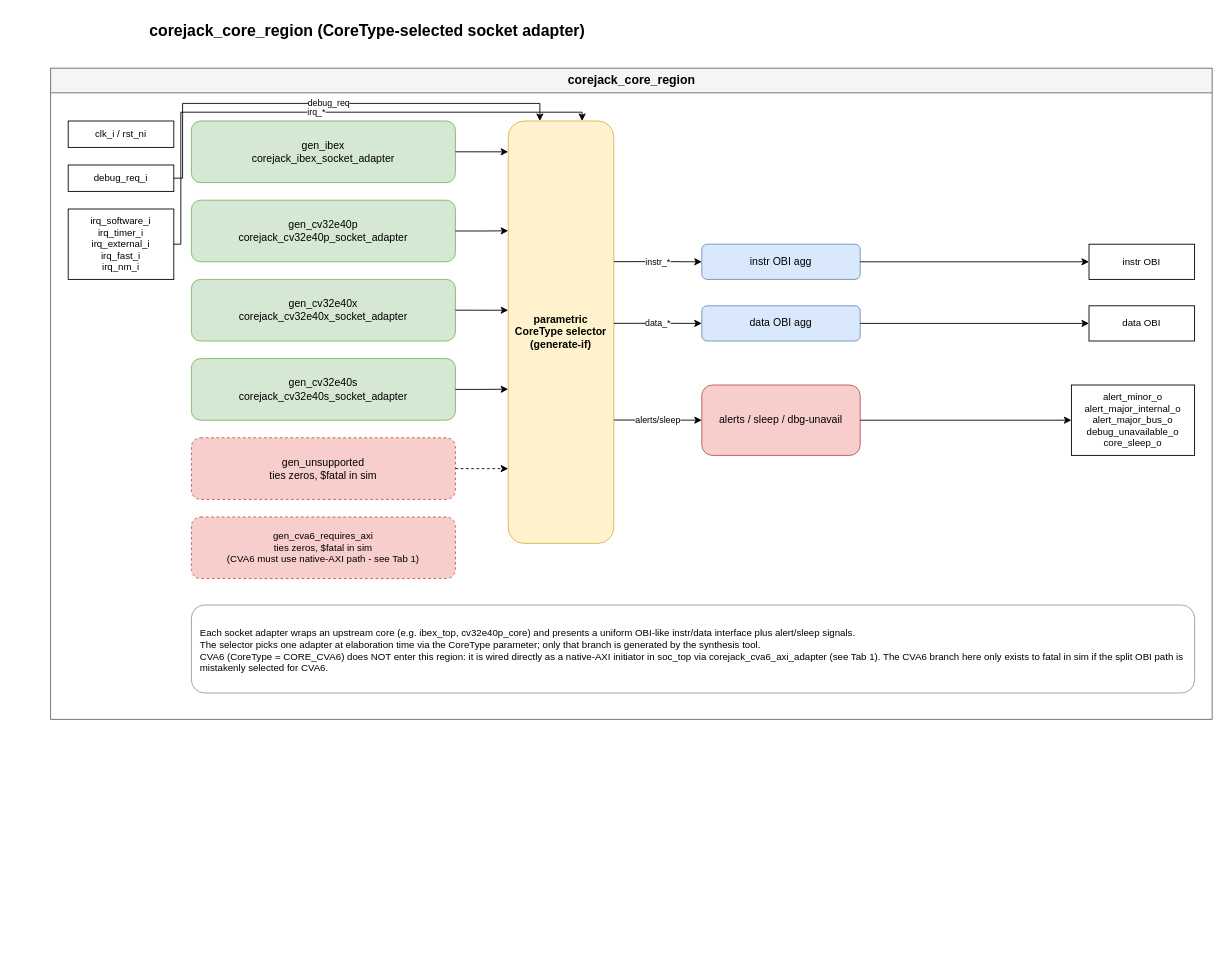
patrickerich/corejack keeps this draw.io diagram as page "3. Core Region" (3 of 7) of docs/media/corejack_soc.drawio. Above is the earlier version. Source tidied: cells renumbered, new cells numbered last; positions are measured from the earlier drawing's top-left corner, leaving out a move shared by most shapes. Both pictures are drawn from the tidied source at 88%, with x=0, y=0 at pixel (15, 15).
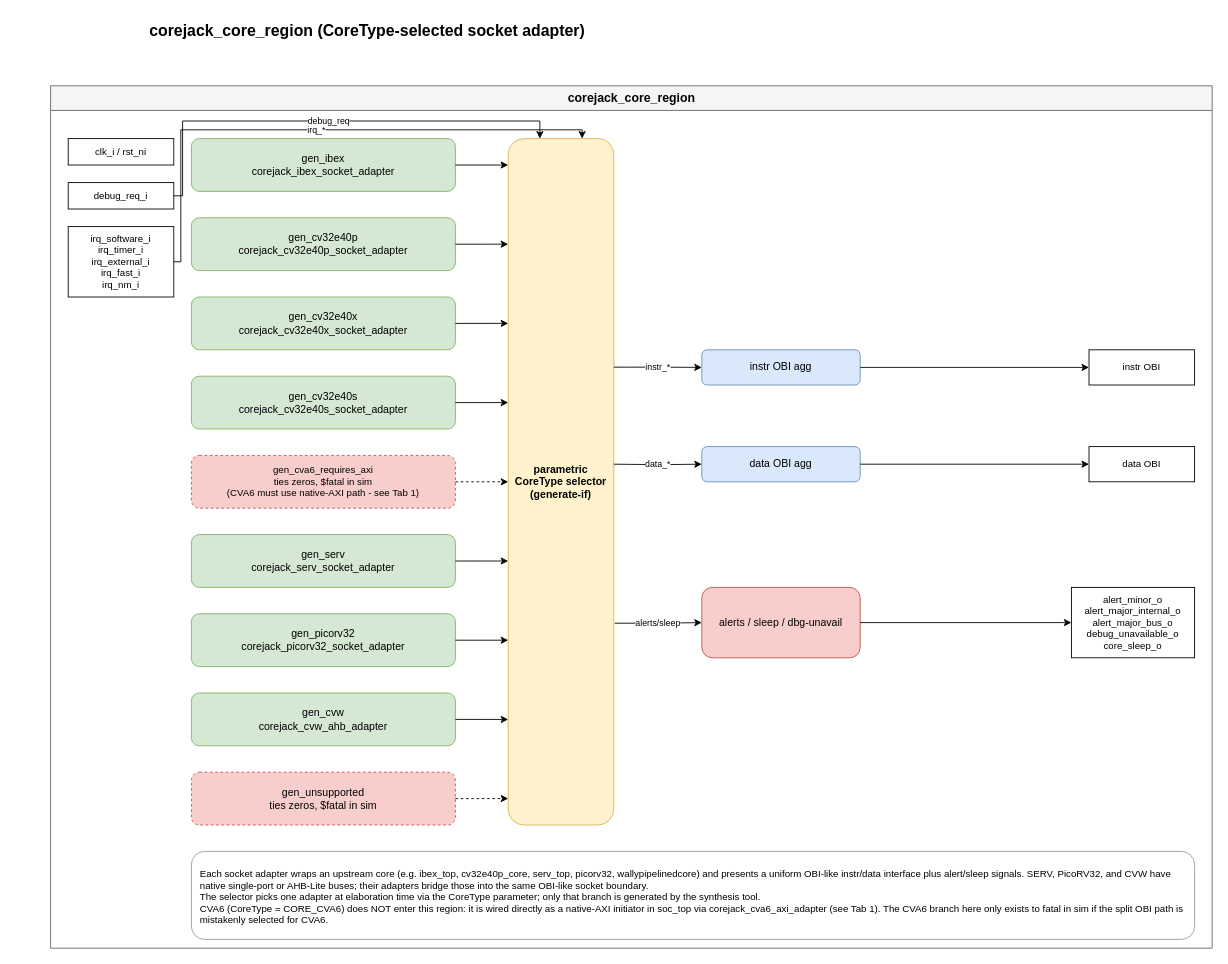
The same diagram, later.

Change to the diagram source:
```diff
@@
     <mxCell id="3" value="corejack_core_region" style="swimlane;fontSize=14;fontStyle=1;html=1;startSize=28;fillColor=#F5F5F5;strokeColor=#666666;swimlaneFillColor=#FFFFFF;" parent="1" vertex="1">
-      <mxGeometry x="40" y="60" width="1320" height="740" as="geometry" />
+      <mxGeometry x="40" y="80" width="1320" height="980" as="geometry" />
     </mxCell>
@@
     <mxCell id="7" value="instr OBI" style="rounded=0;whiteSpace=wrap;html=1;fillColor=#FFFFFF;strokeColor=#000000;fontSize=11;verticalAlign=middle;" parent="3" vertex="1">
-      <mxGeometry x="1180" y="200" width="120" height="40" as="geometry" />
+      <mxGeometry x="1180" y="300" width="120" height="40" as="geometry" />
     </mxCell>
     <mxCell id="8" value="data OBI" style="rounded=0;whiteSpace=wrap;html=1;fillColor=#FFFFFF;strokeColor=#000000;fontSize=11;verticalAlign=middle;" parent="3" vertex="1">
-      <mxGeometry x="1180" y="270" width="120" height="40" as="geometry" />
+      <mxGeometry x="1180" y="410" width="120" height="40" as="geometry" />
     </mxCell>
     <mxCell id="9" value="alert_minor_o&#10;alert_major_internal_o&#10;alert_major_bus_o&#10;debug_unavailable_o&#10;core_sleep_o" style="rounded=0;whiteSpace=wrap;html=1;fillColor=#FFFFFF;strokeColor=#000000;fontSize=11;verticalAlign=middle;" parent="3" vertex="1">
-      <mxGeometry x="1160" y="360" width="140" height="80" as="geometry" />
+      <mxGeometry x="1160" y="570" width="140" height="80" as="geometry" />
     </mxCell>
     <mxCell id="10" value="gen_ibex&#10;corejack_ibex_socket_adapter" style="rounded=1;whiteSpace=wrap;html=1;fillColor=#d5e8d4;strokeColor=#82b366;fontSize=12;verticalAlign=middle;" parent="3" vertex="1">
-      <mxGeometry x="160" y="60" width="300" height="70" as="geometry" />
+      <mxGeometry x="160" y="60" width="300" height="60" as="geometry" />
     </mxCell>
     <mxCell id="11" value="gen_cv32e40p&#10;corejack_cv32e40p_socket_adapter" style="rounded=1;whiteSpace=wrap;html=1;fillColor=#d5e8d4;strokeColor=#82b366;fontSize=12;verticalAlign=middle;" parent="3" vertex="1">
-      <mxGeometry x="160" y="150" width="300" height="70" as="geometry" />
+      <mxGeometry x="160" y="150" width="300" height="60" as="geometry" />
     </mxCell>
     <mxCell id="12" value="gen_cv32e40x&#10;corejack_cv32e40x_socket_adapter" style="rounded=1;whiteSpace=wrap;html=1;fillColor=#d5e8d4;strokeColor=#82b366;fontSize=12;verticalAlign=middle;" parent="3" vertex="1">
-      <mxGeometry x="160" y="240" width="300" height="70" as="geometry" />
+      <mxGeometry x="160" y="240" width="300" height="60" as="geometry" />
     </mxCell>
     <mxCell id="13" value="gen_cv32e40s&#10;corejack_cv32e40s_socket_adapter" style="rounded=1;whiteSpace=wrap;html=1;fillColor=#d5e8d4;strokeColor=#82b366;fontSize=12;verticalAlign=middle;" parent="3" vertex="1">
-      <mxGeometry x="160" y="330" width="300" height="70" as="geometry" />
+      <mxGeometry x="160" y="330" width="300" height="60" as="geometry" />
     </mxCell>
+    <mxCell id="15" value="gen_cva6_requires_axi&#10;ties zeros, $fatal in sim&#10;(CVA6 must use native-AXI path - see Tab 1)" style="rounded=1;whiteSpace=wrap;html=1;fillColor=#f8cecc;strokeColor=#b85450;fontSize=11;verticalAlign=middle;dashed=1;" parent="3" vertex="1">
+      <mxGeometry x="160" y="420" width="300" height="60" as="geometry" />
+    </mxCell>
+    <mxCell id="34" value="gen_serv&#10;corejack_serv_socket_adapter" style="rounded=1;whiteSpace=wrap;html=1;fillColor=#d5e8d4;strokeColor=#82b366;fontSize=12;verticalAlign=middle;" parent="3" vertex="1">
+      <mxGeometry x="160" y="510" width="300" height="60" as="geometry" />
+    </mxCell>
+    <mxCell id="35" value="gen_picorv32&#10;corejack_picorv32_socket_adapter" style="rounded=1;whiteSpace=wrap;html=1;fillColor=#d5e8d4;strokeColor=#82b366;fontSize=12;verticalAlign=middle;" parent="3" vertex="1">
+      <mxGeometry x="160" y="600" width="300" height="60" as="geometry" />
+    </mxCell>
+    <mxCell id="36" value="gen_cvw&#10;corejack_cvw_ahb_adapter" style="rounded=1;whiteSpace=wrap;html=1;fillColor=#d5e8d4;strokeColor=#82b366;fontSize=12;verticalAlign=middle;" parent="3" vertex="1">
+      <mxGeometry x="160" y="690" width="300" height="60" as="geometry" />
+    </mxCell>
     <mxCell id="14" value="gen_unsupported&#10;ties zeros, $fatal in sim" style="rounded=1;whiteSpace=wrap;html=1;fillColor=#f8cecc;strokeColor=#b85450;fontSize=12;verticalAlign=middle;dashed=1;" parent="3" vertex="1">
-      <mxGeometry x="160" y="420" width="300" height="70" as="geometry" />
+      <mxGeometry x="160" y="780" width="300" height="60" as="geometry" />
     </mxCell>
-    <mxCell id="15" value="gen_cva6_requires_axi&#10;ties zeros, $fatal in sim&#10;(CVA6 must use native-AXI path - see Tab 1)" style="rounded=1;whiteSpace=wrap;html=1;fillColor=#f8cecc;strokeColor=#b85450;fontSize=11;verticalAlign=middle;dashed=1;" parent="3" vertex="1">
-      <mxGeometry x="160" y="510" width="300" height="70" as="geometry" />
-    </mxCell>
     <mxCell id="16" value="parametric CoreType selector (generate-if)" style="rounded=1;whiteSpace=wrap;html=1;fillColor=#fff2cc;strokeColor=#d6b656;fontSize=12;fontStyle=1;verticalAlign=middle;writingMode=vertical-rl;" parent="3" vertex="1">
-      <mxGeometry x="520" y="60" width="120" height="480" as="geometry" />
+      <mxGeometry x="520" y="60" width="120" height="780" as="geometry" />
     </mxCell>
     <mxCell id="17" value="instr OBI agg" style="rounded=1;whiteSpace=wrap;html=1;fillColor=#dae8fc;strokeColor=#6c8ebf;fontSize=12;verticalAlign=middle;" parent="3" vertex="1">
-      <mxGeometry x="740" y="200" width="180" height="40" as="geometry" />
+      <mxGeometry x="740" y="300" width="180" height="40" as="geometry" />
     </mxCell>
     <mxCell id="18" value="data OBI agg" style="rounded=1;whiteSpace=wrap;html=1;fillColor=#dae8fc;strokeColor=#6c8ebf;fontSize=12;verticalAlign=middle;" parent="3" vertex="1">
-      <mxGeometry x="740" y="270" width="180" height="40" as="geometry" />
+      <mxGeometry x="740" y="410" width="180" height="40" as="geometry" />
     </mxCell>
     <mxCell id="19" value="alerts / sleep / dbg-unavail" style="rounded=1;whiteSpace=wrap;html=1;fillColor=#f8cecc;strokeColor=#b85450;fontSize=12;verticalAlign=middle;" parent="3" vertex="1">
-      <mxGeometry x="740" y="360" width="180" height="80" as="geometry" />
+      <mxGeometry x="740" y="570" width="180" height="80" as="geometry" />
     </mxCell>
-    <mxCell id="20" value="Each socket adapter wraps an upstream core (e.g. ibex_top, cv32e40p_core) and presents a uniform OBI-like instr/data interface plus alert/sleep signals.&#10;The selector picks one adapter at elaboration time via the CoreType parameter; only that branch is generated by the synthesis tool.&#10;CVA6 (CoreType = CORE_CVA6) does NOT enter this region: it is wired directly as a native-AXI initiator in soc_top via corejack_cva6_axi_adapter (see Tab 1). The CVA6 branch here only exists to fatal in sim if the split OBI path is mistakenly selected for CVA6." style="rounded=1;whiteSpace=wrap;html=1;fillColor=#FFFFFF;strokeColor=#999999;fontSize=11;align=left;spacingLeft=8;spacingTop=4;" parent="3" vertex="1">
-      <mxGeometry x="160" y="610" width="1140" height="100" as="geometry" />
+    <mxCell id="20" value="Each socket adapter wraps an upstream core (e.g. ibex_top, cv32e40p_core, serv_top, picorv32, wallypipelinedcore) and presents a uniform OBI-like instr/data interface plus alert/sleep signals. SERV, PicoRV32, and CVW have native single-port or AHB-Lite buses; their adapters bridge those into the same OBI-like socket boundary.&#10;The selector picks one adapter at elaboration time via the CoreType parameter; only that branch is generated by the synthesis tool.&#10;CVA6 (CoreType = CORE_CVA6) does NOT enter this region: it is wired directly as a native-AXI initiator in soc_top via corejack_cva6_axi_adapter (see Tab 1). The CVA6 branch here only exists to fatal in sim if the split OBI path is mistakenly selected for CVA6." style="rounded=1;whiteSpace=wrap;html=1;fillColor=#FFFFFF;strokeColor=#999999;fontSize=11;align=left;spacingLeft=8;spacingTop=4;" parent="3" vertex="1">
+      <mxGeometry x="160" y="870" width="1140" height="100" as="geometry" />
     </mxCell>
-    <mxCell id="21" style="endArrow=classic;html=1;edgeStyle=orthogonalEdgeStyle;rounded=0;exitX=1;exitY=0.5;entryX=0;entryY=0.073;fontSize=10;" parent="3" edge="1" source="10" target="16">
+    <mxCell id="21" style="endArrow=classic;html=1;edgeStyle=orthogonalEdgeStyle;rounded=0;exitX=1;exitY=0.5;entryX=0;entryY=0.0385;fontSize=10;" parent="3" edge="1" source="10" target="16">
       <mxGeometry relative="1" as="geometry" />
     </mxCell>
-    <mxCell id="22" style="endArrow=classic;html=1;edgeStyle=orthogonalEdgeStyle;rounded=0;exitX=1;exitY=0.5;entryX=0;entryY=0.260;fontSize=10;" parent="3" edge="1" source="11" target="16">
+    <mxCell id="22" style="endArrow=classic;html=1;edgeStyle=orthogonalEdgeStyle;rounded=0;exitX=1;exitY=0.5;entryX=0;entryY=0.1538;fontSize=10;" parent="3" edge="1" source="11" target="16">
       <mxGeometry relative="1" as="geometry" />
     </mxCell>
-    <mxCell id="23" style="endArrow=classic;html=1;edgeStyle=orthogonalEdgeStyle;rounded=0;exitX=1;exitY=0.5;entryX=0;entryY=0.448;fontSize=10;" parent="3" edge="1" source="12" target="16">
+    <mxCell id="23" style="endArrow=classic;html=1;edgeStyle=orthogonalEdgeStyle;rounded=0;exitX=1;exitY=0.5;entryX=0;entryY=0.2692;fontSize=10;" parent="3" edge="1" source="12" target="16">
       <mxGeometry relative="1" as="geometry" />
     </mxCell>
-    <mxCell id="24" style="endArrow=classic;html=1;edgeStyle=orthogonalEdgeStyle;rounded=0;exitX=1;exitY=0.5;entryX=0;entryY=0.635;fontSize=10;" parent="3" edge="1" source="13" target="16">
+    <mxCell id="24" style="endArrow=classic;html=1;edgeStyle=orthogonalEdgeStyle;rounded=0;exitX=1;exitY=0.5;entryX=0;entryY=0.3846;fontSize=10;" parent="3" edge="1" source="13" target="16">
       <mxGeometry relative="1" as="geometry" />
     </mxCell>
+    <mxCell id="37" style="endArrow=classic;html=1;edgeStyle=orthogonalEdgeStyle;rounded=0;exitX=1;exitY=0.5;entryX=0;entryY=0.5;fontSize=10;dashed=1;" parent="3" edge="1" source="15" target="16">
+      <mxGeometry relative="1" as="geometry" />
+    </mxCell>
+    <mxCell id="38" style="endArrow=classic;html=1;edgeStyle=orthogonalEdgeStyle;rounded=0;exitX=1;exitY=0.5;entryX=0;entryY=0.6154;fontSize=10;" parent="3" edge="1" source="34" target="16">
+      <mxGeometry relative="1" as="geometry" />
+    </mxCell>
+    <mxCell id="39" style="endArrow=classic;html=1;edgeStyle=orthogonalEdgeStyle;rounded=0;exitX=1;exitY=0.5;entryX=0;entryY=0.7308;fontSize=10;" parent="3" edge="1" source="35" target="16">
+      <mxGeometry relative="1" as="geometry" />
+    </mxCell>
+    <mxCell id="40" style="endArrow=classic;html=1;edgeStyle=orthogonalEdgeStyle;rounded=0;exitX=1;exitY=0.5;entryX=0;entryY=0.8462;fontSize=10;" parent="3" edge="1" source="36" target="16">
+      <mxGeometry relative="1" as="geometry" />
+    </mxCell>
-    <mxCell id="25" style="endArrow=classic;html=1;edgeStyle=orthogonalEdgeStyle;rounded=0;exitX=1;exitY=0.5;entryX=0;entryY=0.823;fontSize=10;dashed=1;" parent="3" edge="1" source="14" target="16">
+    <mxCell id="25" style="endArrow=classic;html=1;edgeStyle=orthogonalEdgeStyle;rounded=0;exitX=1;exitY=0.5;entryX=0;entryY=0.9615;fontSize=10;dashed=1;" parent="3" edge="1" source="14" target="16">
       <mxGeometry relative="1" as="geometry" />
     </mxCell>
@@
-    <mxCell id="27" value="data_*" style="endArrow=classic;html=1;edgeStyle=orthogonalEdgeStyle;rounded=0;exitX=1;exitY=0.479;entryX=0;entryY=0.5;fontSize=10;" parent="3" edge="1" source="16" target="18">
-      <mxGeometry relative="1" as="geometry" />
+    <mxCell id="27" value="data_*" style="endArrow=classic;html=1;edgeStyle=orthogonalEdgeStyle;rounded=0;entryX=0;entryY=0.5;fontSize=10;" parent="3" edge="1" target="18">
+      <mxGeometry relative="1" as="geometry">
+        <mxPoint x="640" y="430" as="sourcePoint" />
+      </mxGeometry>
     </mxCell>
-    <mxCell id="28" value="alerts/sleep" style="endArrow=classic;html=1;edgeStyle=orthogonalEdgeStyle;rounded=0;exitX=1;exitY=0.708;entryX=0;entryY=0.5;fontSize=10;" parent="3" edge="1" source="16" target="19">
+    <mxCell id="28" value="alerts/sleep" style="endArrow=classic;html=1;edgeStyle=orthogonalEdgeStyle;rounded=0;exitX=1.01;exitY=0.706;entryX=0;entryY=0.5;fontSize=10;exitDx=0;exitDy=0;exitPerimeter=0;" parent="3" edge="1" source="16" target="19">
       <mxGeometry relative="1" as="geometry" />
     </mxCell>
```
